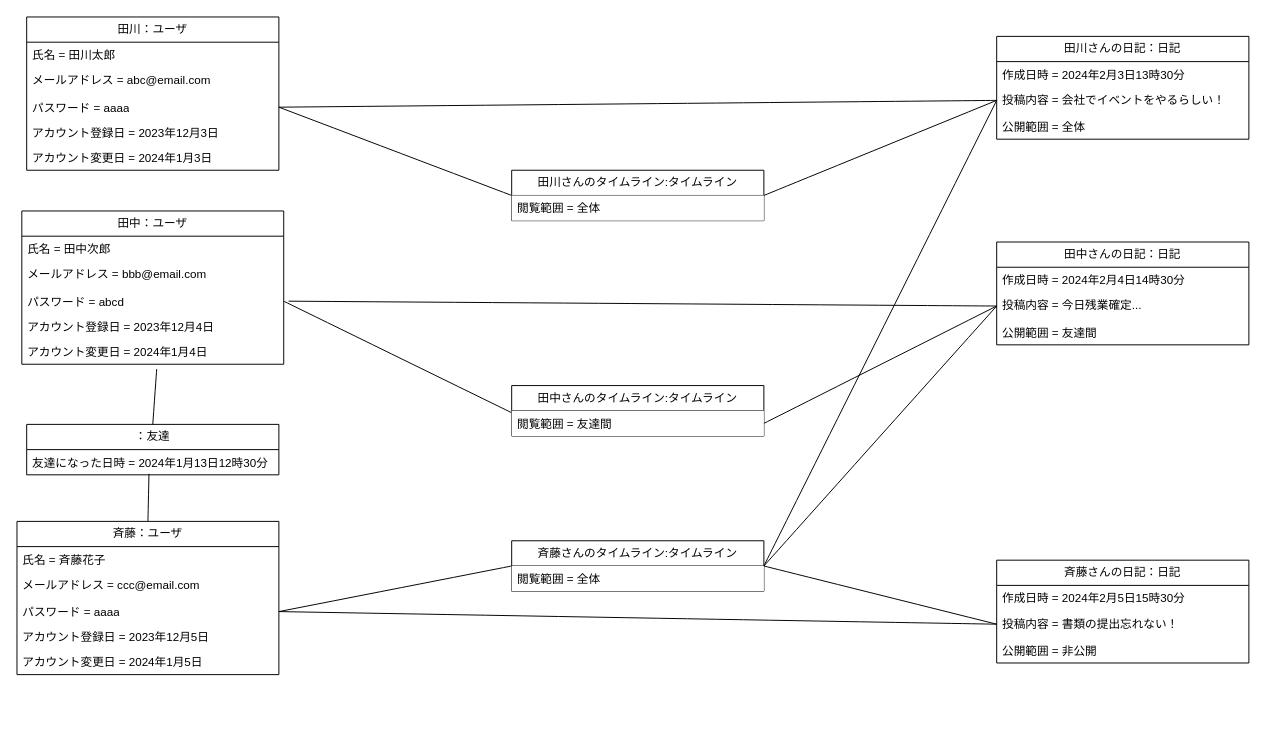
tawainfer/scorpio keeps this draw.io diagram as 概念モデル/06_日記を投稿する/日記を投稿する.drawio. Above is the earlier version. Source tidied: cells renumbered, new cells numbered last; positions are measured from the earlier drawing's top-left corner, leaving out a move shared by most shapes. Both pictures are drawn from the tidied source at 97%, with x=0, y=0 at pixel (16, 16).
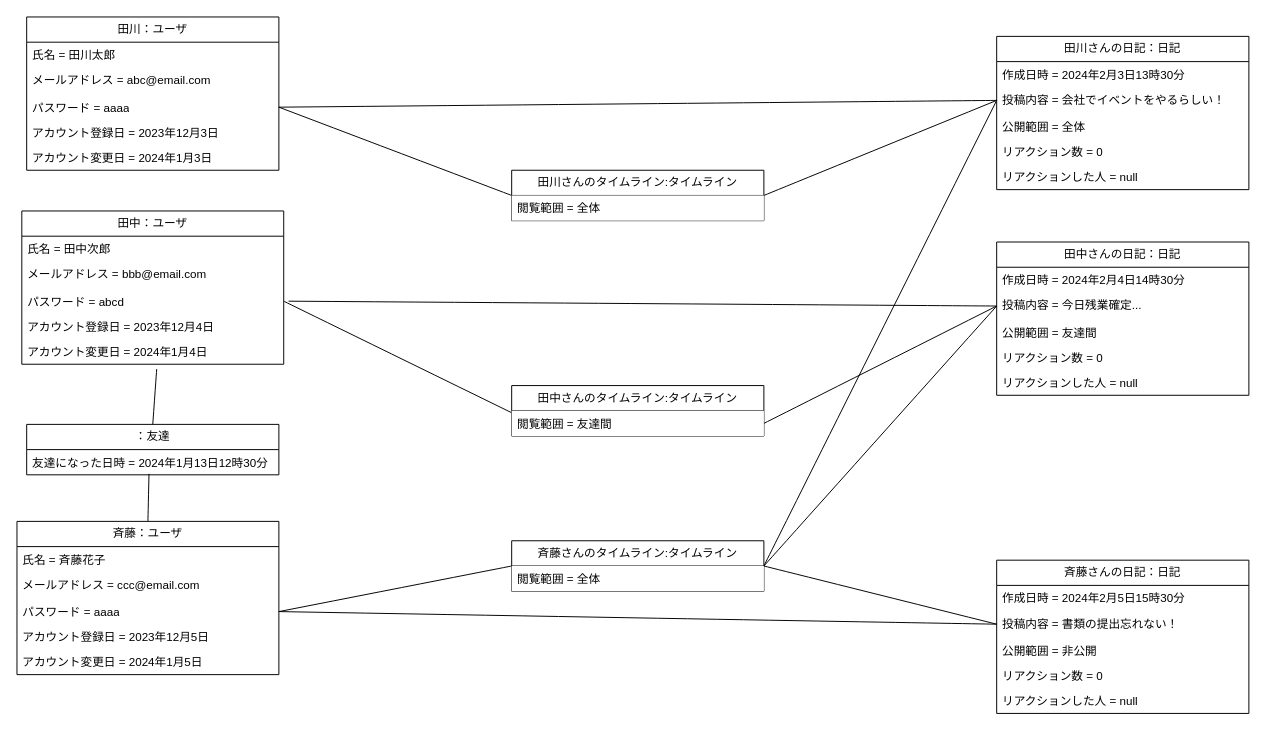
The same diagram, later.

What changed in the source:
```diff
@@
     <mxCell id="20" value="田川さんの日記：日記" style="swimlane;fontStyle=0;horizontal=1;startSize=26;fillColor=none;whiteSpace=wrap;html=1;" parent="1" vertex="1">
-      <mxGeometry x="1010" y="20" width="260" height="106" as="geometry" />
+      <mxGeometry x="1010" y="20" width="260" height="158" as="geometry" />
     </mxCell>
@@
+    <mxCell id="53" value="リアクション数 = 0" style="text;strokeColor=none;fillColor=none;align=left;verticalAlign=top;spacingLeft=4;spacingRight=4;overflow=hidden;whiteSpace=wrap;html=1;" parent="20" vertex="1">
+      <mxGeometry y="106" width="260" height="26" as="geometry" />
+    </mxCell>
+    <mxCell id="54" value="リアクションした人 = null" style="text;strokeColor=none;fillColor=none;align=left;verticalAlign=top;spacingLeft=4;spacingRight=4;overflow=hidden;whiteSpace=wrap;html=1;" parent="20" vertex="1">
+      <mxGeometry y="132" width="260" height="26" as="geometry" />
+    </mxCell>
     <mxCell id="24" value="田中さんの日記：日記" style="swimlane;fontStyle=0;horizontal=1;startSize=26;fillColor=none;whiteSpace=wrap;html=1;" parent="1" vertex="1">
-      <mxGeometry x="1010" y="232" width="260" height="106" as="geometry" />
+      <mxGeometry x="1010" y="232" width="260" height="158" as="geometry" />
     </mxCell>
@@
+    <mxCell id="55" value="リアクション数 = 0" style="text;strokeColor=none;fillColor=none;align=left;verticalAlign=top;spacingLeft=4;spacingRight=4;overflow=hidden;whiteSpace=wrap;html=1;" parent="24" vertex="1">
+      <mxGeometry y="106" width="260" height="26" as="geometry" />
+    </mxCell>
+    <mxCell id="56" value="リアクションした人 = null" style="text;strokeColor=none;fillColor=none;align=left;verticalAlign=top;spacingLeft=4;spacingRight=4;overflow=hidden;whiteSpace=wrap;html=1;" parent="24" vertex="1">
+      <mxGeometry y="132" width="260" height="26" as="geometry" />
+    </mxCell>
     <mxCell id="28" value="斉藤さんの日記：日記" style="swimlane;fontStyle=0;horizontal=1;startSize=26;fillColor=none;whiteSpace=wrap;html=1;" parent="1" vertex="1">
-      <mxGeometry x="1010" y="560" width="260" height="106" as="geometry" />
+      <mxGeometry x="1010" y="560" width="260" height="158" as="geometry" />
     </mxCell>
@@
+    <mxCell id="57" value="リアクション数 = 0" style="text;strokeColor=none;fillColor=none;align=left;verticalAlign=top;spacingLeft=4;spacingRight=4;overflow=hidden;whiteSpace=wrap;html=1;" parent="28" vertex="1">
+      <mxGeometry y="106" width="260" height="26" as="geometry" />
+    </mxCell>
+    <mxCell id="58" value="リアクションした人 = null" style="text;strokeColor=none;fillColor=none;align=left;verticalAlign=top;spacingLeft=4;spacingRight=4;overflow=hidden;whiteSpace=wrap;html=1;" parent="28" vertex="1">
+      <mxGeometry y="132" width="260" height="26" as="geometry" />
+    </mxCell>
```
